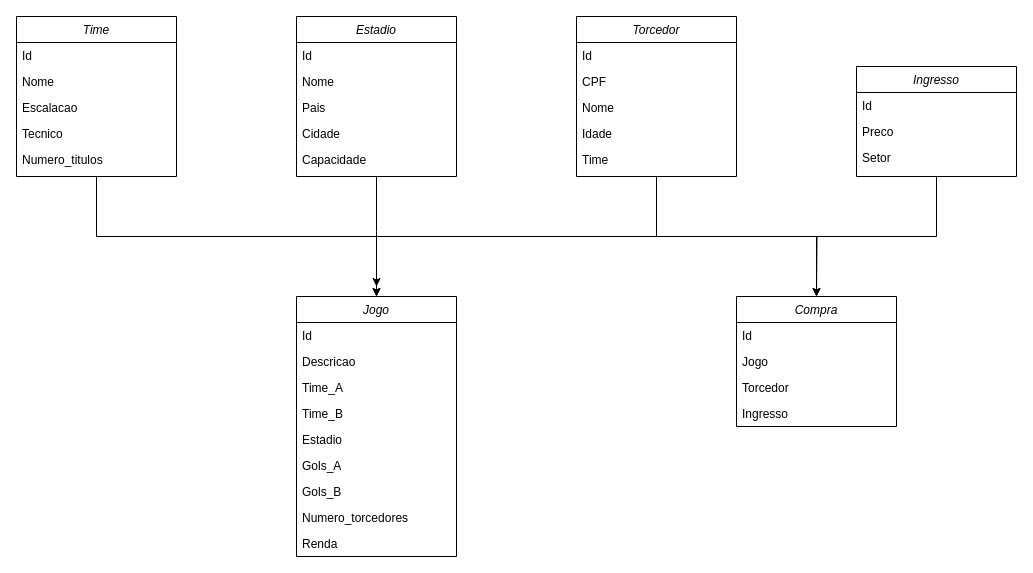
leoIMartins/aulaPython keeps this draw.io diagram as P1/Documentação/Diagrama de Classes.drawio. Above is the earlier version. Source tidied: cells renumbered, new cells numbered last; positions are measured from the earlier drawing's top-left corner, leaving out a move shared by most shapes. Both pictures are drawn from the tidied source at 100%, with x=0, y=0 at pixel (16, 16).
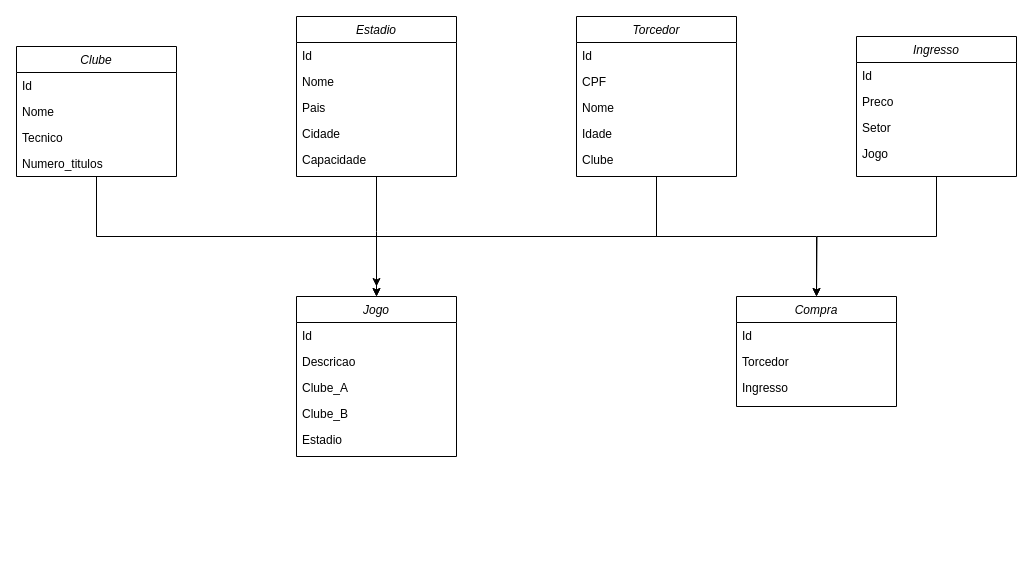
Above is the later version.

Unchanged cells that the change refers to:
```xml
<mxCell id="12" value="Torcedor" style="swimlane;fontStyle=2;align=center;verticalAlign=top;horizontal=1;startSize=26;rounded=0;shadow=0;strokeWidth=1;" parent="1" vertex="1">
  <mxGeometry x="560" width="160" height="160" as="geometry" />
</mxCell>
```

Change to the diagram source:
```diff
@@
-    <mxCell id="17" value="Time" style="text;align=left;verticalAlign=top;spacingLeft=4;spacingRight=4;overflow=hidden;rounded=0;shadow=0;html=0;" parent="12" vertex="1">
+    <mxCell id="17" value="Clube" style="text;align=left;verticalAlign=top;spacingLeft=4;spacingRight=4;overflow=hidden;rounded=0;shadow=0;html=0;" parent="12" vertex="1">
       <mxGeometry y="130" width="160" height="26" as="geometry" />
     </mxCell>
-    <mxCell id="18" value="Time" style="swimlane;fontStyle=2;align=center;verticalAlign=top;horizontal=1;startSize=26;rounded=0;shadow=0;strokeWidth=1;" parent="1" vertex="1">
-      <mxGeometry width="160" height="160" as="geometry" />
+    <mxCell id="18" value="Clube" style="swimlane;fontStyle=2;align=center;verticalAlign=top;horizontal=1;startSize=26;rounded=0;shadow=0;strokeWidth=1;" parent="1" vertex="1">
+      <mxGeometry y="30" width="160" height="130" as="geometry" />
     </mxCell>
@@
-    <mxCell id="21" value="Escalacao" style="text;align=left;verticalAlign=top;spacingLeft=4;spacingRight=4;overflow=hidden;rounded=0;shadow=0;html=0;" parent="18" vertex="1">
-      <mxGeometry y="78" width="160" height="26" as="geometry" />
-    </mxCell>
     <mxCell id="22" value="Tecnico" style="text;align=left;verticalAlign=top;spacingLeft=4;spacingRight=4;overflow=hidden;rounded=0;shadow=0;html=0;" parent="18" vertex="1">
-      <mxGeometry y="104" width="160" height="26" as="geometry" />
+      <mxGeometry y="78" width="160" height="26" as="geometry" />
     </mxCell>
     <mxCell id="23" value="Numero_titulos" style="text;align=left;verticalAlign=top;spacingLeft=4;spacingRight=4;overflow=hidden;rounded=0;shadow=0;html=0;" parent="18" vertex="1">
-      <mxGeometry y="130" width="160" height="26" as="geometry" />
+      <mxGeometry y="104" width="160" height="26" as="geometry" />
     </mxCell>
@@
     <mxCell id="25" value="Jogo" style="swimlane;fontStyle=2;align=center;verticalAlign=top;horizontal=1;startSize=26;rounded=0;shadow=0;strokeWidth=1;" parent="1" vertex="1">
-      <mxGeometry x="280" y="280" width="160" height="260" as="geometry" />
+      <mxGeometry x="280" y="280" width="160" height="160" as="geometry" />
     </mxCell>
@@
-    <mxCell id="28" value="Time_A" style="text;align=left;verticalAlign=top;spacingLeft=4;spacingRight=4;overflow=hidden;rounded=0;shadow=0;html=0;" parent="25" vertex="1">
+    <mxCell id="28" value="Clube_A" style="text;align=left;verticalAlign=top;spacingLeft=4;spacingRight=4;overflow=hidden;rounded=0;shadow=0;html=0;" parent="25" vertex="1">
       <mxGeometry y="78" width="160" height="26" as="geometry" />
     </mxCell>
-    <mxCell id="29" value="Time_B" style="text;align=left;verticalAlign=top;spacingLeft=4;spacingRight=4;overflow=hidden;rounded=0;shadow=0;html=0;" parent="25" vertex="1">
+    <mxCell id="29" value="Clube_B" style="text;align=left;verticalAlign=top;spacingLeft=4;spacingRight=4;overflow=hidden;rounded=0;shadow=0;html=0;" parent="25" vertex="1">
       <mxGeometry y="104" width="160" height="26" as="geometry" />
     </mxCell>
@@
-    <mxCell id="31" value="Gols_A" style="text;align=left;verticalAlign=top;spacingLeft=4;spacingRight=4;overflow=hidden;rounded=0;shadow=0;html=0;" parent="25" vertex="1">
-      <mxGeometry y="156" width="160" height="26" as="geometry" />
-    </mxCell>
-    <mxCell id="32" value="Gols_B" style="text;align=left;verticalAlign=top;spacingLeft=4;spacingRight=4;overflow=hidden;rounded=0;shadow=0;html=0;" parent="25" vertex="1">
-      <mxGeometry y="182" width="160" height="26" as="geometry" />
-    </mxCell>
-    <mxCell id="33" value="Numero_torcedores" style="text;align=left;verticalAlign=top;spacingLeft=4;spacingRight=4;overflow=hidden;rounded=0;shadow=0;html=0;" parent="25" vertex="1">
-      <mxGeometry y="208" width="160" height="26" as="geometry" />
-    </mxCell>
-    <mxCell id="34" value="Renda" style="text;align=left;verticalAlign=top;spacingLeft=4;spacingRight=4;overflow=hidden;rounded=0;shadow=0;html=0;" parent="25" vertex="1">
-      <mxGeometry y="234" width="160" height="26" as="geometry" />
-    </mxCell>
     <mxCell id="35" value="Compra" style="swimlane;fontStyle=2;align=center;verticalAlign=top;horizontal=1;startSize=26;rounded=0;shadow=0;strokeWidth=1;" parent="1" vertex="1">
-      <mxGeometry x="720" y="280" width="160" height="130" as="geometry" />
+      <mxGeometry x="720" y="280" width="160" height="110" as="geometry" />
     </mxCell>
@@
-    <mxCell id="37" value="Jogo" style="text;align=left;verticalAlign=top;spacingLeft=4;spacingRight=4;overflow=hidden;rounded=0;shadow=0;html=0;" parent="35" vertex="1">
-      <mxGeometry y="52" width="160" height="26" as="geometry" />
-    </mxCell>
     <mxCell id="38" value="Torcedor" style="text;align=left;verticalAlign=top;spacingLeft=4;spacingRight=4;overflow=hidden;rounded=0;shadow=0;html=0;" parent="35" vertex="1">
-      <mxGeometry y="78" width="160" height="26" as="geometry" />
+      <mxGeometry y="52" width="160" height="26" as="geometry" />
     </mxCell>
     <mxCell id="39" value="Ingresso" style="text;align=left;verticalAlign=top;spacingLeft=4;spacingRight=4;overflow=hidden;rounded=0;shadow=0;html=0;" parent="35" vertex="1">
-      <mxGeometry y="104" width="160" height="26" as="geometry" />
+      <mxGeometry y="78" width="160" height="26" as="geometry" />
     </mxCell>
     <mxCell id="40" value="Ingresso" style="swimlane;fontStyle=2;align=center;verticalAlign=top;horizontal=1;startSize=26;rounded=0;shadow=0;strokeWidth=1;" parent="1" vertex="1">
-      <mxGeometry x="840" y="50" width="160" height="110" as="geometry" />
+      <mxGeometry x="840" y="20" width="160" height="140" as="geometry" />
     </mxCell>
@@
+    <mxCell id="37" value="Jogo" style="text;align=left;verticalAlign=top;spacingLeft=4;spacingRight=4;overflow=hidden;rounded=0;shadow=0;html=0;" parent="40" vertex="1">
+      <mxGeometry y="104" width="160" height="26" as="geometry" />
+    </mxCell>
```
